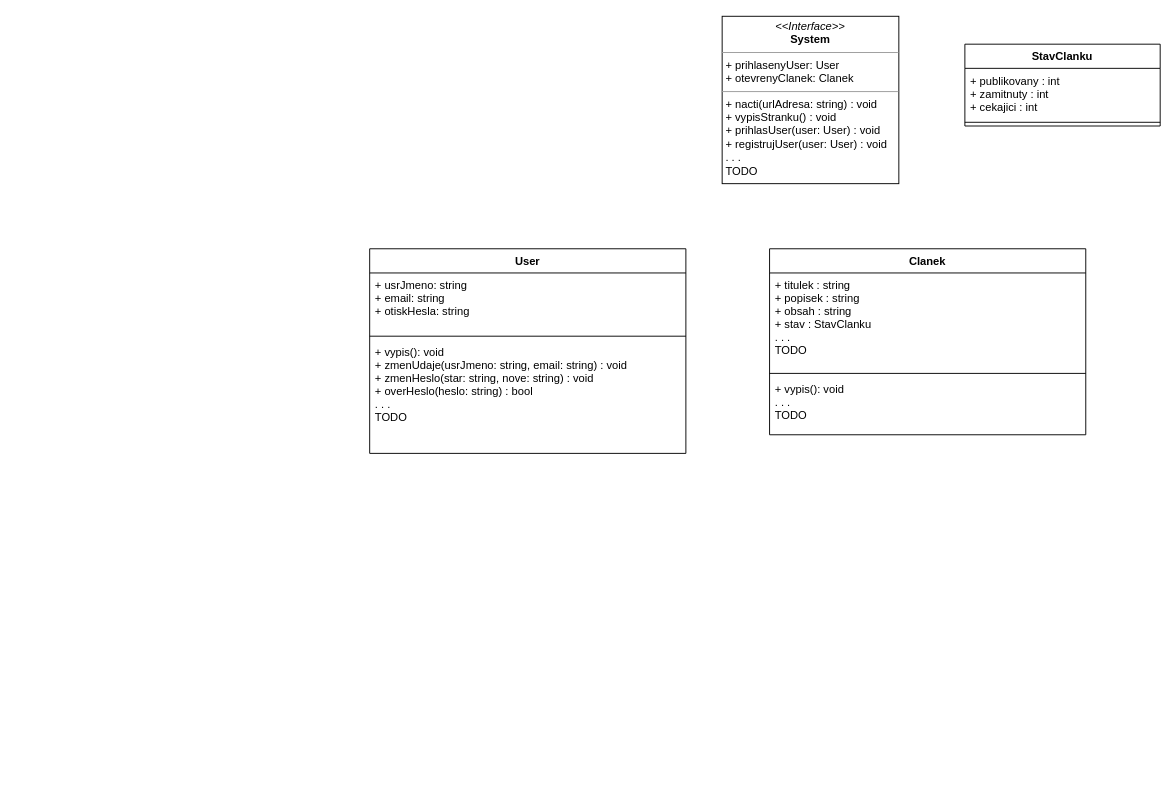
Before: diagrams/Diagram bez názvu.drawio in JKalina08/ssg_magazine, a draw.io diagram. Source tidied: cells renumbered, new cells numbered last; positions are measured from the earlier drawing's top-left corner, leaving out a move shared by most shapes. Both pictures are drawn from the tidied source at 93%, with x=0, y=0 at pixel (369, 16).
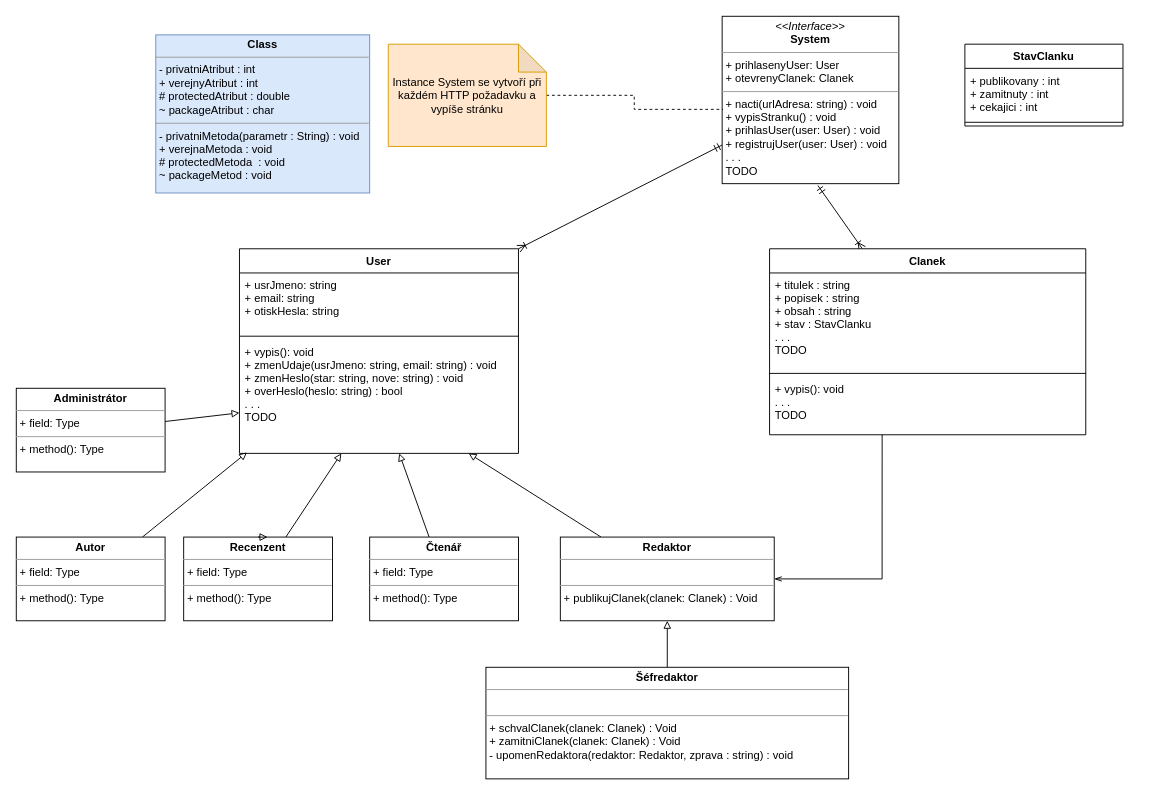
Above is the later version.

Commit message:
All users added

Unchanged cells that the change refers to:
```xml
<mxCell id="2" value="&lt;p style=&quot;margin:0px;margin-top:4px;text-align:center;&quot;&gt;&lt;i&gt;&amp;lt;&amp;lt;Interface&amp;gt;&amp;gt;&lt;/i&gt;&lt;br&gt;&lt;b&gt;System&lt;/b&gt;&lt;/p&gt;&lt;hr size=&quot;1&quot;&gt;&lt;p style=&quot;margin:0px;margin-left:4px;&quot;&gt;+ prihlasenyUser: User&lt;br&gt;+ otevrenyClanek: Clanek&lt;/p&gt;&lt;hr size=&quot;1&quot;&gt;&lt;p style=&quot;margin:0px;margin-left:4px;&quot;&gt;+ nacti(urlAdresa: string) : void&lt;br&gt;+ vypisStranku() : void&lt;/p&gt;&lt;p style=&quot;margin:0px;margin-left:4px;&quot;&gt;+ prihlasUser(user: User) : void&lt;br&gt;&lt;/p&gt;&lt;p style=&quot;margin:0px;margin-left:4px;&quot;&gt;+ registrujUser(user: User) : void&lt;br&gt;&lt;/p&gt;&lt;p style=&quot;margin:0px;margin-left:4px;&quot;&gt;. . .&lt;/p&gt;&lt;p style=&quot;margin:0px;margin-left:4px;&quot;&gt;TODO&lt;/p&gt;" style="verticalAlign=top;align=left;overflow=fill;fontSize=12;fontFamily=Helvetica;html=1;" parent="1" vertex="1">
  <mxGeometry x="379" width="190" height="180" as="geometry" />
</mxCell>
<mxCell id="7" value="Clanek" style="swimlane;fontStyle=1;align=center;verticalAlign=top;horizontal=1;startSize=26;" parent="1" vertex="1">
  <mxGeometry x="430" y="250" width="340" height="200" as="geometry" />
</mxCell>
<mxCell id="10" value="+ vypis(): void&#10;. . .&#10;TODO" style="text;strokeColor=none;fillColor=none;align=left;verticalAlign=top;spacingLeft=4;spacingRight=4;overflow=hidden;points=[[0,0.5],[1,0.5]];portConstraint=eastwest;" parent="7" vertex="1">
  <mxGeometry y="138" width="340" height="62" as="geometry" />
</mxCell>
```

Diff of the diagram source:
```diff
@@
+    <mxCell id="14" style="rounded=0;jettySize=auto;html=1;entryX=1;entryY=0;entryDx=0;entryDy=0;endArrow=ERoneToMany;endFill=0;startArrow=ERmandOne;startFill=0;shadow=0;jumpSize=6;strokeWidth=1;endSize=6;" parent="1" edge="1" source="2" target="3">
+      <mxGeometry relative="1" as="geometry" />
+    </mxCell>
+    <mxCell id="15" style="edgeStyle=none;rounded=0;jumpSize=6;jettySize=auto;html=1;shadow=0;strokeWidth=1;startArrow=ERmandOne;startFill=0;endArrow=ERoneToMany;endFill=0;endSize=6;exitX=0.542;exitY=1.011;exitDx=0;exitDy=0;exitPerimeter=0;" parent="1" edge="1" source="2" target="7">
+      <mxGeometry relative="1" as="geometry" />
+    </mxCell>
@@
-    <mxCell id="3" value="User" style="swimlane;fontStyle=1;align=center;verticalAlign=top;horizontal=1;startSize=26;" parent="1" vertex="1">
-      <mxGeometry y="250" width="340" height="220" as="geometry" />
+    <mxCell id="3" value="User" style="swimlane;fontStyle=1;align=center;verticalAlign=top;horizontal=1;startSize=26;swimlaneLine=1;" parent="1" vertex="1">
+      <mxGeometry x="-140" y="250" width="300" height="220" as="geometry" />
     </mxCell>
     <mxCell id="4" value="+ usrJmeno: string&#10;+ email: string&#10;+ otiskHesla: string" style="text;strokeColor=none;fillColor=none;align=left;verticalAlign=top;spacingLeft=4;spacingRight=4;overflow=hidden;" parent="3" vertex="1">
-      <mxGeometry y="26" width="340" height="64" as="geometry" />
+      <mxGeometry y="26" width="300" height="64" as="geometry" />
     </mxCell>
     <mxCell id="5" style="line;strokeWidth=1;fillColor=none;align=left;verticalAlign=middle;spacingTop=-1;spacingLeft=3;spacingRight=3;labelPosition=right;strokeColor=inherit;" parent="3" vertex="1">
-      <mxGeometry y="90" width="340" height="8" as="geometry" />
+      <mxGeometry y="90" width="300" height="8" as="geometry" />
     </mxCell>
     <mxCell id="6" value="+ vypis(): void&#10;+ zmenUdaje(usrJmeno: string, email: string) : void&#10;+ zmenHeslo(star: string, nove: string) : void&#10;+ overHeslo(heslo: string) : bool&#10;. . .&#10;TODO" style="text;strokeColor=none;fillColor=none;align=left;verticalAlign=top;spacingLeft=4;spacingRight=4;overflow=hidden;points=[[0,0.5],[1,0.5]];portConstraint=eastwest;" parent="3" vertex="1">
-      <mxGeometry y="98" width="340" height="122" as="geometry" />
+      <mxGeometry y="98" width="300" height="122" as="geometry" />
     </mxCell>
+    <mxCell id="16" style="edgeStyle=orthogonalEdgeStyle;rounded=0;jumpSize=6;jettySize=auto;html=1;entryX=1;entryY=0.5;entryDx=0;entryDy=0;shadow=0;strokeWidth=1;startArrow=none;startFill=0;endArrow=openThin;endFill=0;endSize=6;exitX=0.356;exitY=1;exitDx=0;exitDy=0;exitPerimeter=0;" parent="1" edge="1" source="10" target="20">
+      <mxGeometry relative="1" as="geometry" />
+    </mxCell>
@@
     <mxCell id="11" value="StavClanku" style="swimlane;fontStyle=1;align=center;verticalAlign=top;horizontal=1;startSize=26;" parent="1" vertex="1">
-      <mxGeometry x="640" y="30" width="210" height="88" as="geometry" />
+      <mxGeometry x="640" y="30" width="170" height="88" as="geometry" />
     </mxCell>
     <mxCell id="12" value="+ publikovany : int&#10;+ zamitnuty : int&#10;+ cekajici : int" style="text;strokeColor=none;fillColor=none;align=left;verticalAlign=top;spacingLeft=4;spacingRight=4;overflow=hidden;" parent="11" vertex="1">
-      <mxGeometry y="26" width="210" height="54" as="geometry" />
+      <mxGeometry y="26" width="170" height="54" as="geometry" />
     </mxCell>
     <mxCell id="13" style="line;strokeWidth=1;fillColor=none;align=left;verticalAlign=middle;spacingTop=-1;spacingLeft=3;spacingRight=3;labelPosition=right;strokeColor=inherit;" parent="11" vertex="1">
-      <mxGeometry y="80" width="210" height="8" as="geometry" />
+      <mxGeometry y="80" width="170" height="8" as="geometry" />
     </mxCell>
+    <mxCell id="17" style="edgeStyle=orthogonalEdgeStyle;rounded=0;jettySize=auto;html=1;entryX=0.005;entryY=0.556;entryDx=0;entryDy=0;entryPerimeter=0;dashed=1;endArrow=none;endFill=0;" parent="1" edge="1" source="18" target="2">
+      <mxGeometry relative="1" as="geometry" />
+    </mxCell>
+    <mxCell id="18" value="Instance System se vytvoří při každém HTTP požadavku a vypíše stránku" style="shape=note;whiteSpace=wrap;html=1;backgroundOutline=1;darkOpacity=0.05;fillColor=#ffe6cc;strokeColor=#d79b00;" parent="1" vertex="1">
+      <mxGeometry x="20" y="30" width="170" height="110" as="geometry" />
+    </mxCell>
+    <mxCell id="19" style="edgeStyle=none;rounded=0;jumpSize=6;jettySize=auto;html=1;shadow=0;strokeWidth=1;startArrow=none;startFill=0;endArrow=block;endFill=0;endSize=6;" parent="1" edge="1" source="20" target="6">
+      <mxGeometry relative="1" as="geometry" />
+    </mxCell>
+    <mxCell id="20" value="&lt;p style=&quot;margin:0px;margin-top:4px;text-align:center;&quot;&gt;&lt;b&gt;Redaktor&lt;/b&gt;&lt;/p&gt;&lt;hr size=&quot;1&quot;&gt;&lt;p style=&quot;margin:0px;margin-left:4px;&quot;&gt;&lt;br&gt;&lt;/p&gt;&lt;hr size=&quot;1&quot;&gt;&lt;p style=&quot;margin:0px;margin-left:4px;&quot;&gt;+ publikujClanek(clanek: Clanek) : Void&lt;/p&gt;" style="verticalAlign=top;align=left;overflow=fill;fontSize=12;fontFamily=Helvetica;html=1;" parent="1" vertex="1">
+      <mxGeometry x="205" y="560" width="230" height="90" as="geometry" />
+    </mxCell>
+    <mxCell id="21" style="edgeStyle=none;rounded=0;jumpSize=6;jettySize=auto;html=1;shadow=0;strokeWidth=1;startArrow=none;startFill=0;endArrow=block;endFill=0;endSize=6;entryX=0.5;entryY=1;entryDx=0;entryDy=0;" parent="1" edge="1" source="22" target="20">
+      <mxGeometry relative="1" as="geometry" />
+    </mxCell>
+    <mxCell id="22" value="&lt;p style=&quot;margin:0px;margin-top:4px;text-align:center;&quot;&gt;&lt;b&gt;Šéfredaktor&lt;/b&gt;&lt;/p&gt;&lt;hr size=&quot;1&quot;&gt;&lt;p style=&quot;margin:0px;margin-left:4px;&quot;&gt;&lt;br&gt;&lt;/p&gt;&lt;hr size=&quot;1&quot;&gt;&lt;p style=&quot;margin:0px;margin-left:4px;&quot;&gt;+ schvalClanek(clanek: Clanek) : Void&lt;br&gt;&lt;/p&gt;&lt;p style=&quot;margin:0px;margin-left:4px;&quot;&gt;+ zamitniClanek(clanek: Clanek) : Void&lt;br&gt;&lt;/p&gt;&lt;p style=&quot;margin:0px;margin-left:4px;&quot;&gt;- upomenRedaktora(redaktor: Redaktor, zprava : string) : void&lt;/p&gt;" style="verticalAlign=top;align=left;overflow=fill;fontSize=12;fontFamily=Helvetica;html=1;" parent="1" vertex="1">
+      <mxGeometry x="125" y="700" width="390" height="120" as="geometry" />
+    </mxCell>
+    <mxCell id="23" value="&lt;p style=&quot;margin:0px;margin-top:4px;text-align:center;&quot;&gt;&lt;b&gt;Class&lt;/b&gt;&lt;/p&gt;&lt;hr size=&quot;1&quot;&gt;&lt;p style=&quot;margin:0px;margin-left:4px;&quot;&gt;- privatniAtribut : int&lt;/p&gt;&lt;p style=&quot;margin:0px;margin-left:4px;&quot;&gt;+ verejnyAtribut : int&lt;/p&gt;&lt;p style=&quot;margin:0px;margin-left:4px;&quot;&gt;# protectedAtribut : double&lt;/p&gt;&lt;p style=&quot;margin:0px;margin-left:4px;&quot;&gt;~ packageAtribut : char&lt;/p&gt;&lt;hr size=&quot;1&quot;&gt;&lt;p style=&quot;margin: 0px 0px 0px 4px;&quot;&gt;- privatniMetoda(parametr : String) : void&lt;/p&gt;&lt;p style=&quot;margin: 0px 0px 0px 4px;&quot;&gt;+ verejnaMetoda : void&lt;/p&gt;&lt;p style=&quot;margin: 0px 0px 0px 4px;&quot;&gt;# protectedMetoda&amp;nbsp; : void&lt;/p&gt;&lt;p style=&quot;margin: 0px 0px 0px 4px;&quot;&gt;~ packageMetod : void&lt;/p&gt;" style="verticalAlign=top;align=left;overflow=fill;fontSize=12;fontFamily=Helvetica;html=1;fillColor=#dae8fc;strokeColor=#6c8ebf;" parent="1" vertex="1">
+      <mxGeometry x="-230" y="20" width="230" height="170" as="geometry" />
+    </mxCell>
+    <mxCell id="24" style="edgeStyle=none;rounded=0;jumpSize=6;jettySize=auto;html=1;shadow=0;strokeWidth=1;startArrow=none;startFill=0;endArrow=block;endFill=0;endSize=6;" parent="1" edge="1" source="25" target="6">
+      <mxGeometry relative="1" as="geometry" />
+    </mxCell>
+    <mxCell id="25" value="&lt;p style=&quot;margin:0px;margin-top:4px;text-align:center;&quot;&gt;&lt;b&gt;Čtenář&lt;/b&gt;&lt;/p&gt;&lt;hr size=&quot;1&quot;&gt;&lt;p style=&quot;margin:0px;margin-left:4px;&quot;&gt;+ field: Type&lt;/p&gt;&lt;hr size=&quot;1&quot;&gt;&lt;p style=&quot;margin:0px;margin-left:4px;&quot;&gt;+ method(): Type&lt;/p&gt;" style="verticalAlign=top;align=left;overflow=fill;fontSize=12;fontFamily=Helvetica;html=1;" parent="1" vertex="1">
+      <mxGeometry y="560" width="160" height="90" as="geometry" />
+    </mxCell>
+    <mxCell id="26" style="edgeStyle=none;rounded=0;jumpSize=6;jettySize=auto;html=1;shadow=0;strokeWidth=1;startArrow=none;startFill=0;endArrow=block;endFill=0;endSize=6;" parent="1" edge="1" source="27" target="6">
+      <mxGeometry relative="1" as="geometry" />
+    </mxCell>
+    <mxCell id="27" value="&lt;p style=&quot;margin:0px;margin-top:4px;text-align:center;&quot;&gt;&lt;b&gt;Recenzent&lt;/b&gt;&lt;/p&gt;&lt;hr size=&quot;1&quot;&gt;&lt;p style=&quot;margin:0px;margin-left:4px;&quot;&gt;+ field: Type&lt;/p&gt;&lt;hr size=&quot;1&quot;&gt;&lt;p style=&quot;margin:0px;margin-left:4px;&quot;&gt;+ method(): Type&lt;/p&gt;" style="verticalAlign=top;align=left;overflow=fill;fontSize=12;fontFamily=Helvetica;html=1;" parent="1" vertex="1">
+      <mxGeometry x="-200" y="560" width="160" height="90" as="geometry" />
+    </mxCell>
+    <mxCell id="28" style="edgeStyle=none;rounded=0;jumpSize=6;jettySize=auto;html=1;entryX=0.027;entryY=0.992;entryDx=0;entryDy=0;entryPerimeter=0;shadow=0;strokeWidth=1;startArrow=none;startFill=0;endArrow=block;endFill=0;endSize=6;" parent="1" edge="1" source="29" target="6">
+      <mxGeometry relative="1" as="geometry" />
+    </mxCell>
+    <mxCell id="29" value="&lt;p style=&quot;margin:0px;margin-top:4px;text-align:center;&quot;&gt;&lt;b&gt;Autor&lt;/b&gt;&lt;/p&gt;&lt;hr size=&quot;1&quot;&gt;&lt;p style=&quot;margin:0px;margin-left:4px;&quot;&gt;+ field: Type&lt;/p&gt;&lt;hr size=&quot;1&quot;&gt;&lt;p style=&quot;margin:0px;margin-left:4px;&quot;&gt;+ method(): Type&lt;/p&gt;" style="verticalAlign=top;align=left;overflow=fill;fontSize=12;fontFamily=Helvetica;html=1;" parent="1" vertex="1">
+      <mxGeometry x="-380" y="560" width="160" height="90" as="geometry" />
+    </mxCell>
+    <mxCell id="30" style="rounded=0;jumpSize=6;jettySize=auto;html=1;shadow=0;strokeWidth=1;startArrow=none;startFill=0;endArrow=block;endFill=0;endSize=6;" parent="1" edge="1" source="31" target="6">
+      <mxGeometry relative="1" as="geometry" />
+    </mxCell>
+    <mxCell id="31" value="&lt;p style=&quot;margin:0px;margin-top:4px;text-align:center;&quot;&gt;&lt;b&gt;Administrátor&lt;/b&gt;&lt;/p&gt;&lt;hr size=&quot;1&quot;&gt;&lt;p style=&quot;margin:0px;margin-left:4px;&quot;&gt;+ field: Type&lt;/p&gt;&lt;hr size=&quot;1&quot;&gt;&lt;p style=&quot;margin:0px;margin-left:4px;&quot;&gt;+ method(): Type&lt;/p&gt;" style="verticalAlign=top;align=left;overflow=fill;fontSize=12;fontFamily=Helvetica;html=1;" parent="1" vertex="1">
+      <mxGeometry x="-380" y="400" width="160" height="90" as="geometry" />
+    </mxCell>
+    <mxCell id="32" style="edgeStyle=none;rounded=0;jumpSize=6;orthogonalLoop=1;jettySize=auto;html=1;exitX=0.5;exitY=0;exitDx=0;exitDy=0;entryX=0.563;entryY=0;entryDx=0;entryDy=0;entryPerimeter=0;shadow=0;strokeWidth=1;startArrow=none;startFill=0;endArrow=block;endFill=0;endSize=6;" parent="1" edge="1" source="27" target="27">
+      <mxGeometry relative="1" as="geometry" />
+    </mxCell>
```
